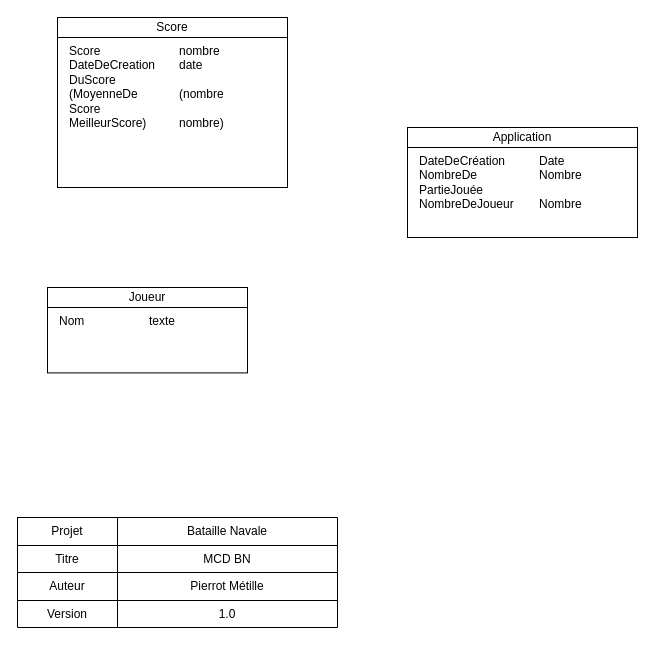
PierrotMetille/BatailleNaval keeps this draw.io diagram as Documentation/MCD.drawio. Above is the earlier version. Source tidied: cells renumbered, new cells numbered last; positions are measured from the earlier drawing's top-left corner, leaving out a move shared by most shapes. Both pictures are drawn from the tidied source at 100%, with x=0, y=0 at pixel (17, 17).
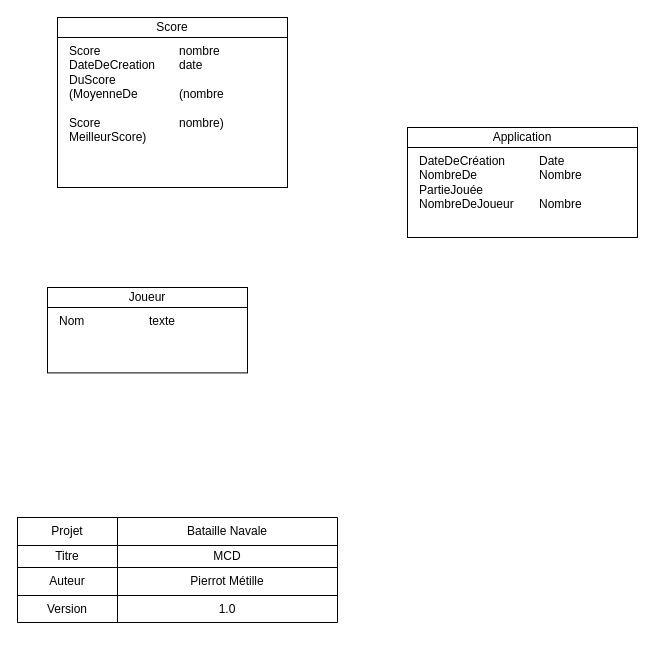
After the change.

Diff of the diagram source:
```diff
@@
     <mxCell id="6" style="shape=table;html=1;whiteSpace=wrap;startSize=0;childLayout=tableLayout;" parent="1" vertex="1">
-      <mxGeometry y="500" width="320" height="110" as="geometry" />
+      <mxGeometry y="500" width="320" height="105" as="geometry" />
     </mxCell>
@@
     <mxCell id="10" style="shape=partialRectangle;html=1;whiteSpace=wrap;fillColor=none;top=0;left=0;bottom=0;right=0;" parent="6" vertex="1">
-      <mxGeometry y="28" width="320" height="27" as="geometry" />
+      <mxGeometry y="28" width="320" height="22" as="geometry" />
     </mxCell>
     <mxCell id="11" value="Titre" style="shape=partialRectangle;html=1;whiteSpace=wrap;overflow=hidden;fillColor=none;top=0;left=0;bottom=0;right=0;" parent="10" vertex="1">
-      <mxGeometry width="100" height="27" as="geometry" />
+      <mxGeometry width="100" height="22" as="geometry" />
     </mxCell>
-    <mxCell id="12" value="MCD BN" style="shape=partialRectangle;html=1;whiteSpace=wrap;overflow=hidden;fillColor=none;top=0;left=0;bottom=0;right=0;" parent="10" vertex="1">
-      <mxGeometry x="100" width="220" height="27" as="geometry" />
+    <mxCell id="12" value="MCD" style="shape=partialRectangle;html=1;whiteSpace=wrap;overflow=hidden;fillColor=none;top=0;left=0;bottom=0;right=0;" parent="10" vertex="1">
+      <mxGeometry x="100" width="220" height="22" as="geometry" />
     </mxCell>
     <mxCell id="13" style="shape=partialRectangle;html=1;whiteSpace=wrap;fillColor=none;top=0;left=0;bottom=0;right=0;" parent="6" vertex="1">
-      <mxGeometry y="55" width="320" height="28" as="geometry" />
+      <mxGeometry y="50" width="320" height="28" as="geometry" />
     </mxCell>
@@
     <mxCell id="16" style="shape=partialRectangle;html=1;whiteSpace=wrap;fillColor=none;top=0;left=0;bottom=0;right=0;" parent="6" vertex="1">
-      <mxGeometry y="83" width="320" height="27" as="geometry" />
+      <mxGeometry y="78" width="320" height="27" as="geometry" />
     </mxCell>
@@
-    <mxCell id="25" value="Score&lt;br&gt;DateDeCreation&lt;br&gt;DuScore&lt;br&gt;(MoyenneDe&lt;br&gt;Score&lt;br&gt;MeilleurScore)&amp;nbsp;" style="text;html=1;strokeColor=none;fillColor=none;align=left;verticalAlign=top;whiteSpace=wrap;" parent="1" vertex="1">
+    <mxCell id="25" value="Score&lt;br&gt;DateDeCreation&lt;br&gt;DuScore&lt;br&gt;(MoyenneDe&lt;br&gt;&lt;br&gt;Score&lt;br&gt;MeilleurScore)&amp;nbsp;" style="text;html=1;strokeColor=none;fillColor=none;align=left;verticalAlign=top;whiteSpace=wrap;" parent="1" vertex="1">
       <mxGeometry x="50" y="20" width="90" height="150" as="geometry" />
     </mxCell>
```
